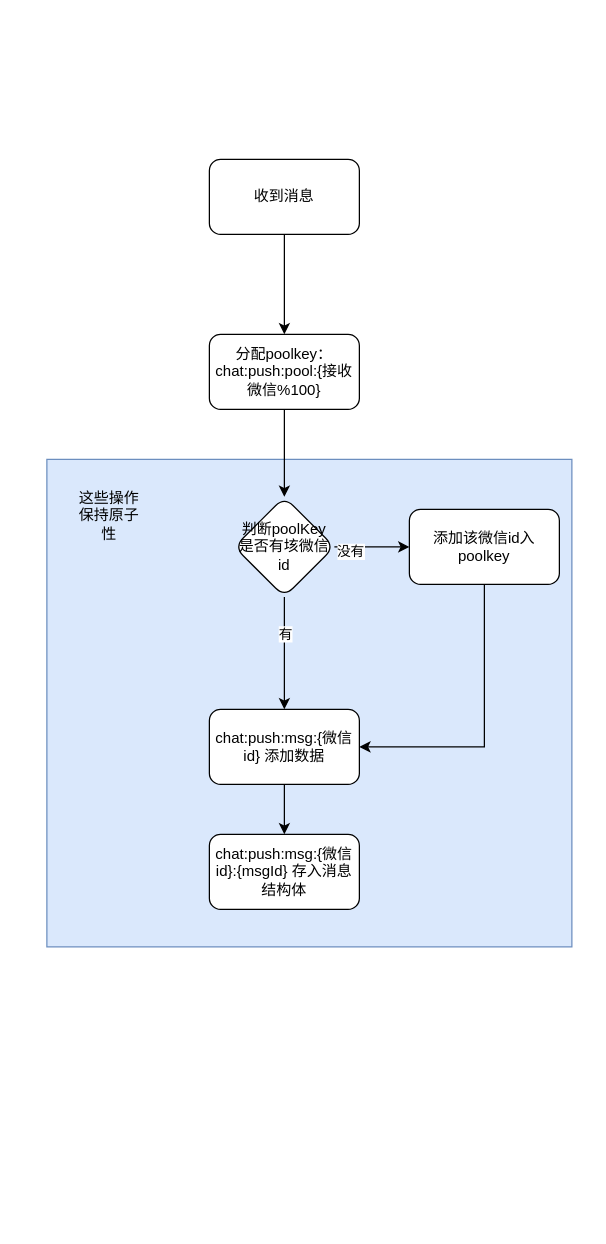
The draw.io diagram miyuan/推送服务-存入redis.drawio in smallleaf/draw.io, before the edit. Source tidied: cells renumbered, new cells numbered last; positions are measured from the earlier drawing's top-left corner, leaving out a move shared by most shapes. Both pictures are drawn from the tidied source at 125%, with x=0, y=0 at pixel (46, 159).
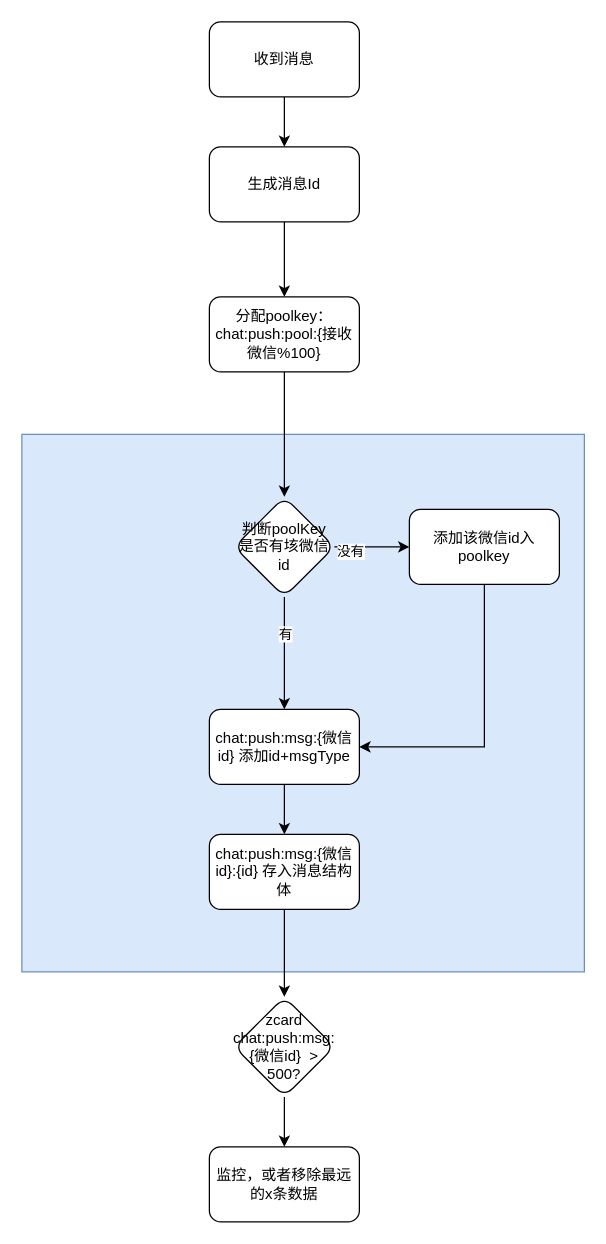
After the change.

Commit message (it also covers changes not shown here):
更新推送服务-存入redis.drawio

The edit, as a diff of the source:
```diff
@@
     <mxCell id="2" style="rounded=0;whiteSpace=wrap;html=1;fillColor=#dae8fc;strokeColor=#6c8ebf;" parent="1" vertex="1">
-      <mxGeometry y="240" width="420" height="390" as="geometry" />
+      <mxGeometry x="-20" y="220" width="450" height="430" as="geometry" />
     </mxCell>
-    <mxCell id="3" style="edgeStyle=orthogonalEdgeStyle;rounded=0;jettySize=auto;html=1;" parent="1" edge="1" source="4" target="6">
-      <mxGeometry relative="1" as="geometry" />
-    </mxCell>
+    <mxCell id="18" style="edgeStyle=orthogonalEdgeStyle;rounded=0;jettySize=auto;html=1;" parent="1" edge="1" source="4" target="21">
+      <mxGeometry relative="1" as="geometry" />
+    </mxCell>
     <mxCell id="4" value="收到消息" style="rounded=1;whiteSpace=wrap;html=1;" parent="1" vertex="1">
-      <mxGeometry x="130" width="120" height="60" as="geometry" />
+      <mxGeometry x="130" y="-110" width="120" height="60" as="geometry" />
     </mxCell>
@@
     <mxCell id="6" value="分配poolkey：chat:push:pool:{接收微信%100}" style="rounded=1;whiteSpace=wrap;html=1;" parent="1" vertex="1">
-      <mxGeometry x="130" y="140" width="120" height="60" as="geometry" />
+      <mxGeometry x="130" y="110" width="120" height="60" as="geometry" />
     </mxCell>
@@
-    <mxCell id="13" value="chat:push:msg:{微信id} 添加数据" style="whiteSpace=wrap;html=1;rounded=1;" parent="1" vertex="1">
+    <mxCell id="13" value="chat:push:msg:{微信id} 添加id+msgType" style="whiteSpace=wrap;html=1;rounded=1;" parent="1" vertex="1">
       <mxGeometry x="130" y="440" width="120" height="60" as="geometry" />
     </mxCell>
@@
+    <mxCell id="19" style="edgeStyle=orthogonalEdgeStyle;rounded=0;jettySize=auto;html=1;" parent="1" edge="1" source="16" target="24">
+      <mxGeometry relative="1" as="geometry" />
+    </mxCell>
-    <mxCell id="16" value="chat:push:msg:{微信id}:{msgId}&amp;nbsp;存入消息结构体" style="whiteSpace=wrap;html=1;rounded=1;" parent="1" vertex="1">
+    <mxCell id="16" value="chat:push:msg:{微信id}:{id}&amp;nbsp;存入消息结构体" style="whiteSpace=wrap;html=1;rounded=1;" parent="1" vertex="1">
       <mxGeometry x="130" y="540" width="120" height="60" as="geometry" />
     </mxCell>
-    <mxCell id="17" value="这些操作保持原子性" style="text;html=1;align=center;verticalAlign=middle;whiteSpace=wrap;rounded=0;" parent="1" vertex="1">
-      <mxGeometry x="20" y="270" width="60" height="30" as="geometry" />
-    </mxCell>
+    <mxCell id="20" style="edgeStyle=orthogonalEdgeStyle;rounded=0;jettySize=auto;html=1;exitX=0.5;exitY=1;exitDx=0;exitDy=0;entryX=0.5;entryY=0;entryDx=0;entryDy=0;" parent="1" edge="1" source="21" target="6">
+      <mxGeometry relative="1" as="geometry" />
+    </mxCell>
+    <mxCell id="21" value="生成消息Id" style="rounded=1;whiteSpace=wrap;html=1;" parent="1" vertex="1">
+      <mxGeometry x="130" y="-10" width="120" height="60" as="geometry" />
+    </mxCell>
+    <mxCell id="22" value="监控，或者移除最远的x条数据" style="rounded=1;whiteSpace=wrap;html=1;" parent="1" vertex="1">
+      <mxGeometry x="130" y="790" width="120" height="60" as="geometry" />
+    </mxCell>
+    <mxCell id="23" style="edgeStyle=orthogonalEdgeStyle;rounded=0;jettySize=auto;html=1;exitX=0.5;exitY=1;exitDx=0;exitDy=0;" parent="1" edge="1" source="24" target="22">
+      <mxGeometry relative="1" as="geometry" />
+    </mxCell>
+    <mxCell id="24" value="zcard chat:push:msg:{微信id}&amp;nbsp; &amp;gt; 500?" style="rhombus;whiteSpace=wrap;html=1;rounded=1;" parent="1" vertex="1">
+      <mxGeometry x="150" y="670" width="80" height="80" as="geometry" />
+    </mxCell>
```
